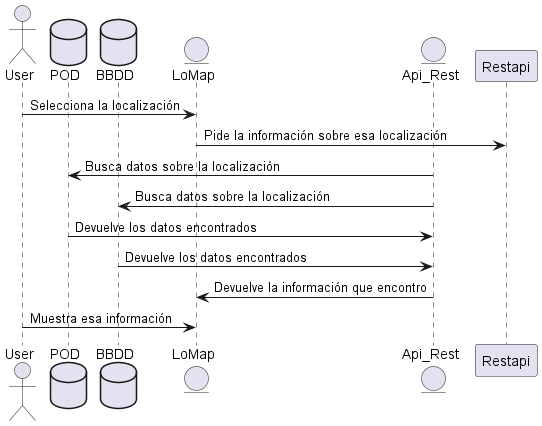
Arquisoft/lomap_es6a keeps this PlantUML diagram as images/Sequence diagram2.png. Above is the earlier version.
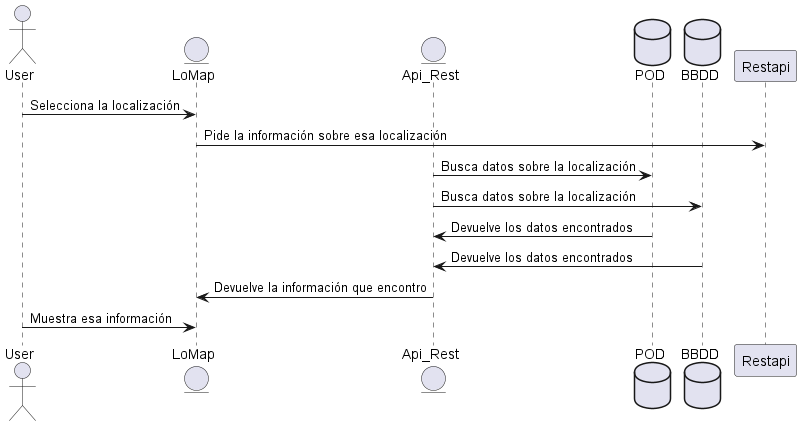
After the commit.

The edit, as a diff of the source:
```diff
@@ -1,9 +1,9 @@
 @startuml
 actor User
+entity LoMap
+entity Api_Rest
 database POD
 database BBDD
-entity LoMap
-entity Api_Rest
 
 User -> LoMap: Selecciona la localización
 LoMap -> Restapi: Pide la información sobre esa localización
```
